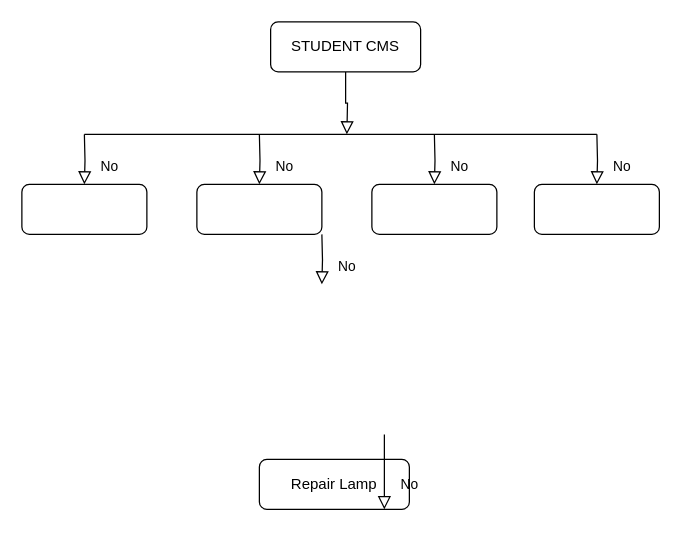
Above: final_year_project_flow.drawio in Collinsbrown7723/AduinoBank (draw.io), before the change. Source tidied: cells renumbered, new cells numbered last; positions are measured from the earlier drawing's top-left corner, leaving out a move shared by most shapes. Both pictures are drawn from the tidied source at 125%, with x=0, y=0 at pixel (21, 21).
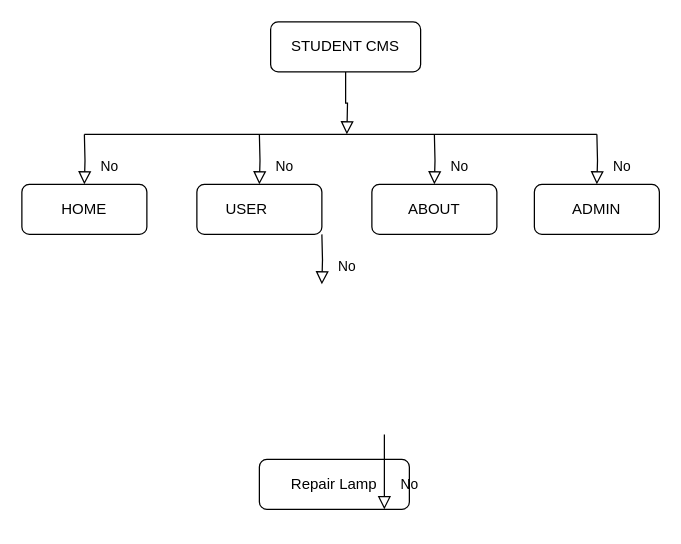
After the change.

Diff of the diagram source:
```diff
@@
-    <mxCell id="5" style="rounded=1;whiteSpace=wrap;html=1;" parent="1" vertex="1">
+    <mxCell id="5" value="ABOUT" style="rounded=1;whiteSpace=wrap;html=1;" parent="1" vertex="1">
       <mxGeometry x="280" y="130" width="100" height="40" as="geometry" />
     </mxCell>
-    <mxCell id="6" style="rounded=1;whiteSpace=wrap;html=1;" parent="1" vertex="1">
+    <mxCell id="6" value="HOME" style="rounded=1;whiteSpace=wrap;html=1;" parent="1" vertex="1">
       <mxGeometry y="130" width="100" height="40" as="geometry" />
     </mxCell>
-    <mxCell id="7" style="rounded=1;whiteSpace=wrap;html=1;" parent="1" vertex="1">
+    <mxCell id="7" value="USER&lt;span style=&quot;white-space: pre;&quot;&gt;&#9;&lt;/span&gt;" style="rounded=1;whiteSpace=wrap;html=1;" parent="1" vertex="1">
       <mxGeometry x="140" y="130" width="100" height="40" as="geometry" />
     </mxCell>
-    <mxCell id="8" style="rounded=1;whiteSpace=wrap;html=1;" parent="1" vertex="1">
+    <mxCell id="8" value="ADMIN" style="rounded=1;whiteSpace=wrap;html=1;" parent="1" vertex="1">
       <mxGeometry x="410" y="130" width="100" height="40" as="geometry" />
     </mxCell>
```
